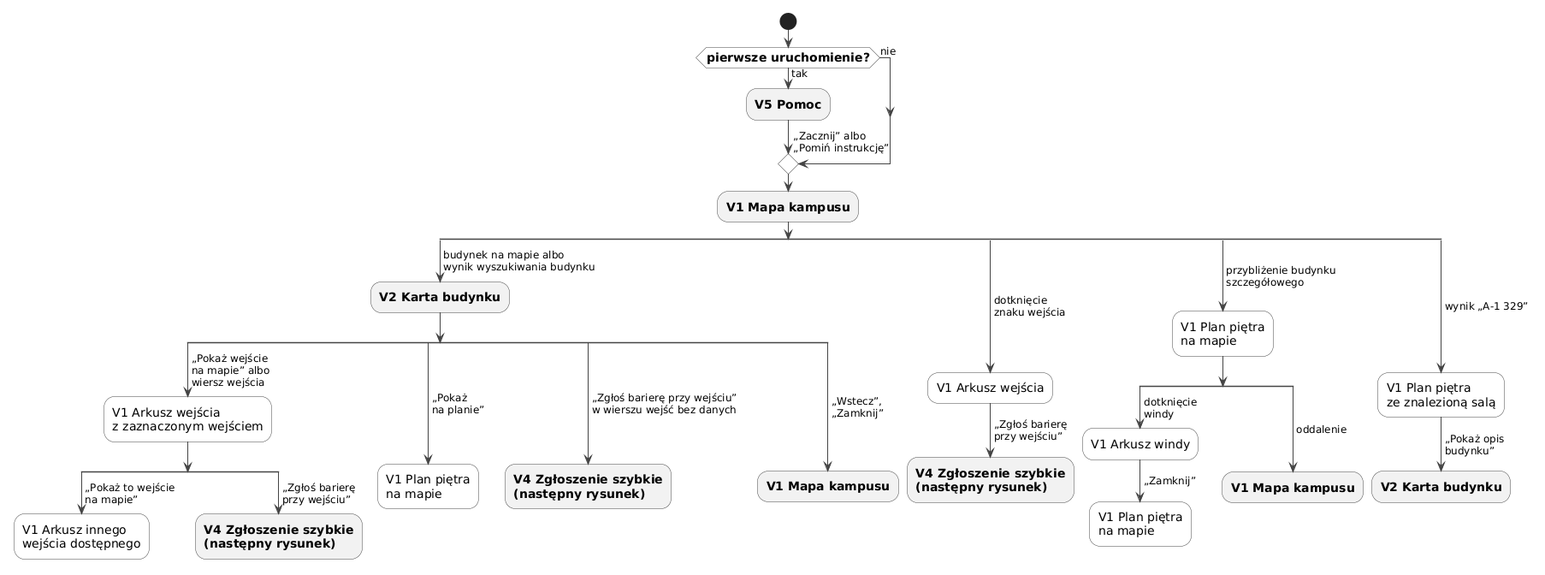
The PlantUML diagram docs/docs/_generated/nawigacja-gosc-mapa.png in dostepny-kampus/dostepny-kampus, before a commit.
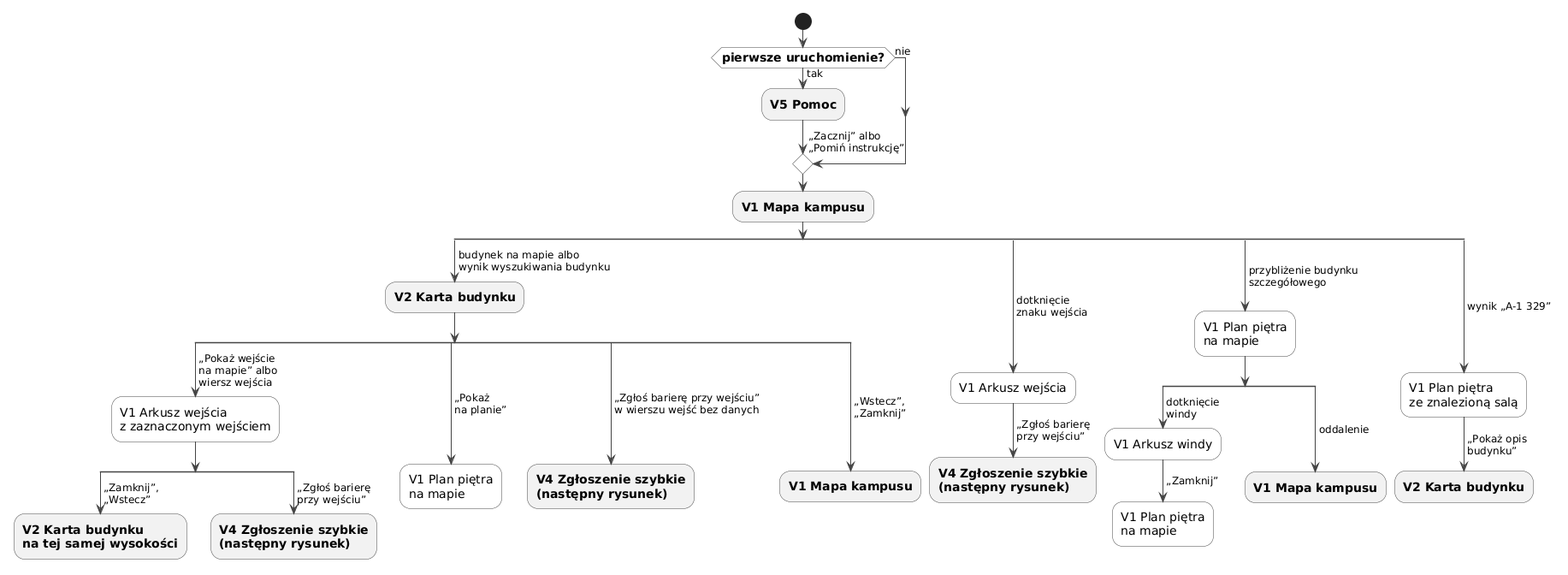
Later version of the same file.

The edit, as a diff of the source:
```diff
@@ -15,8 +15,8 @@
     -> „Pokaż wejście\nna mapie” albo\nwiersz wejścia;
     :V1 Arkusz wejścia\nz zaznaczonym wejściem; <<stan>>
     split
-      -> „Pokaż to wejście\nna mapie”;
-      :V1 Arkusz innego\nwejścia dostępnego; <<stan>>
+      -> „Zamknij”,\n„Wstecz”;
+      :V2 Karta budynku\nna tej samej wysokości;
       detach
     split again
       -> „Zgłoś barierę\nprzy wejściu”;
```
